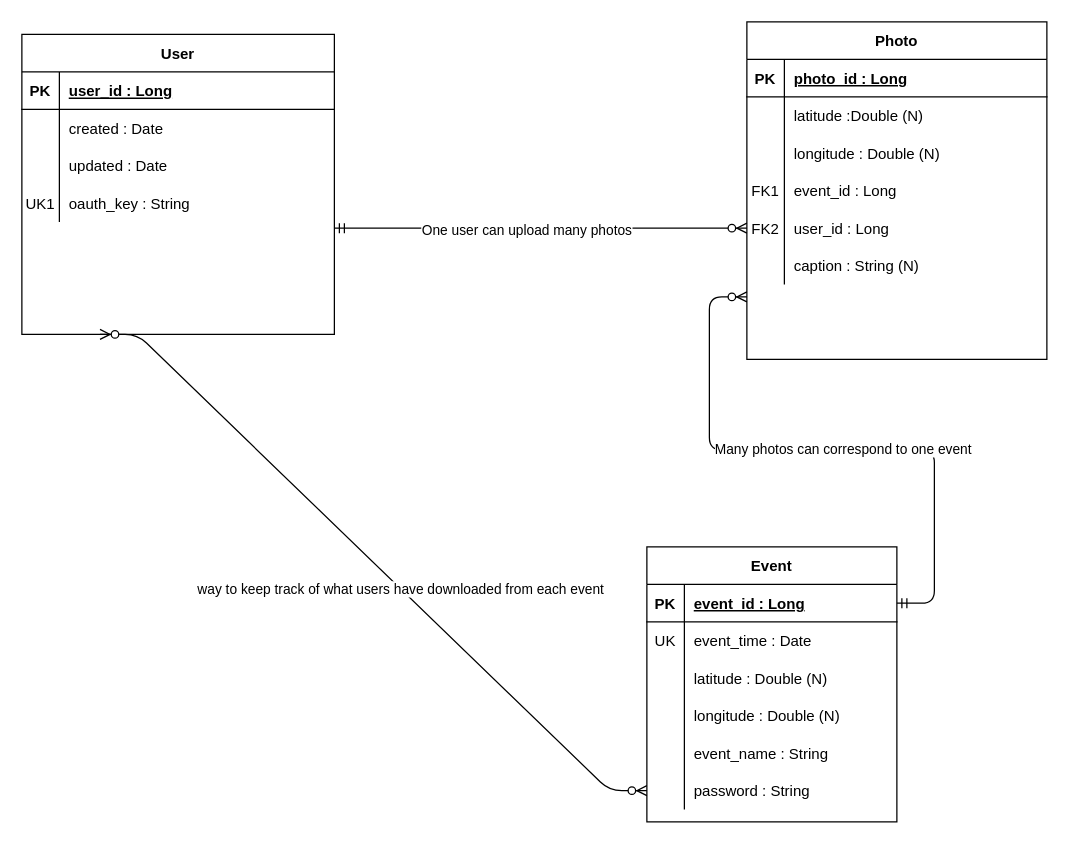
Before: docs/work/picmeERD.drawio in picme-gallery/picme-gallery-old.github.io, a draw.io diagram. Source tidied: cells renumbered, new cells numbered last; positions are measured from the earlier drawing's top-left corner, leaving out a move shared by most shapes. Both pictures are drawn from the tidied source at 125%, with x=0, y=0 at pixel (21, 21).
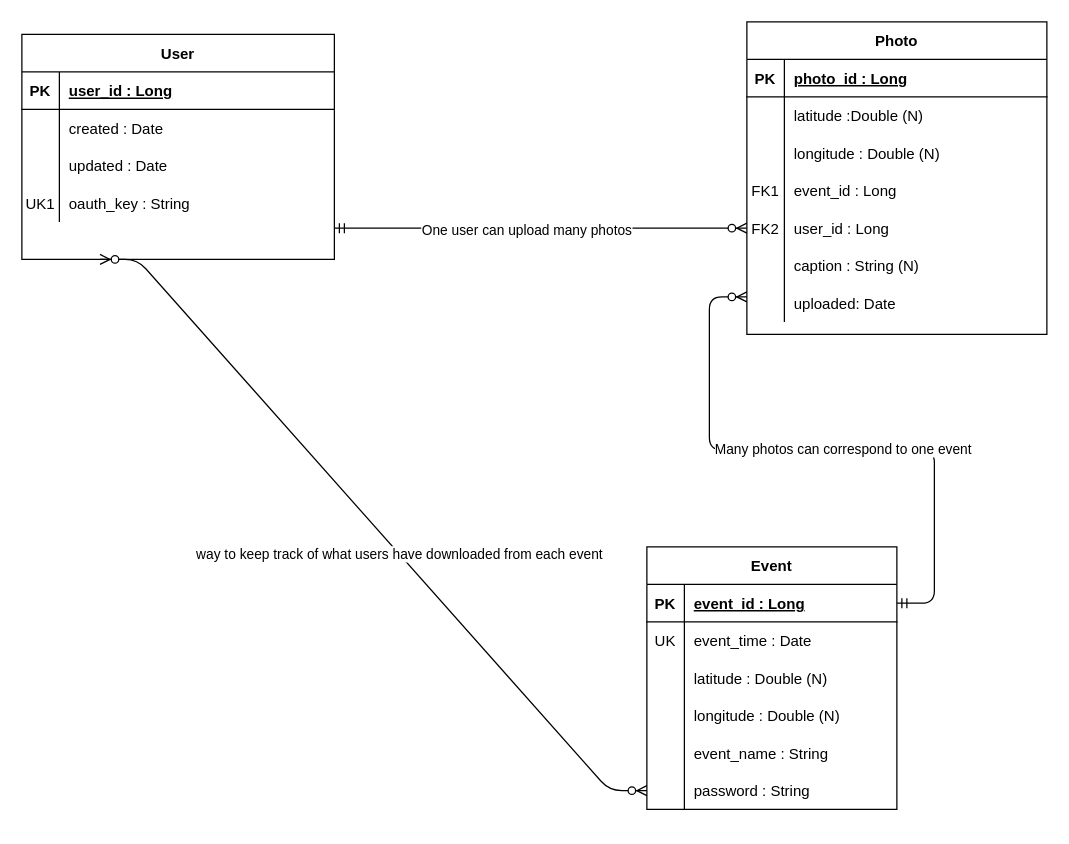
After the change.

Commit message (it also covers changes not shown here):
updated attached Erd Image, PDF, and Draw.IO file

git push
q

Unchanged cells that the change refers to:
```xml
<mxCell id="4" style="group;" parent="1" vertex="1">
  <mxGeometry y="10" width="250" height="180" as="geometry" />
</mxCell>
```

The edit, as a diff of the source:
```diff
@@
     <mxCell id="5" value="User" style="shape=table;startSize=30;childLayout=tableLayout;rowLines=0;fontStyle=1;align=center;" parent="4" vertex="1">
-      <mxGeometry width="250" height="240" as="geometry" />
+      <mxGeometry width="250" height="180" as="geometry" />
     </mxCell>
@@
     <mxCell id="20" value="Photo" style="shape=table;startSize=30;childLayout=tableLayout;rowLines=0;fontStyle=1;align=center;" parent="1" vertex="1">
-      <mxGeometry x="580" width="240" height="270" as="geometry" />
+      <mxGeometry x="580" width="240" height="250" as="geometry" />
     </mxCell>
@@
+    <mxCell id="60" style="shape=partialRectangle;fillColor=none;top=0;left=0;bottom=0;right=0;" parent="20" vertex="1">
+      <mxGeometry y="210" width="240" height="30" as="geometry" />
+    </mxCell>
+    <mxCell id="61" style="shape=partialRectangle;fillColor=none;top=0;left=0;bottom=0;right=0;overflow=hidden;" parent="60" vertex="1">
+      <mxGeometry width="30" height="30" as="geometry" />
+    </mxCell>
+    <mxCell id="62" value="uploaded: Date" style="shape=partialRectangle;fillColor=none;top=0;left=0;bottom=0;right=0;align=left;spacingLeft=6;overflow=hidden;" parent="60" vertex="1">
+      <mxGeometry x="30" width="210" height="30" as="geometry" />
+    </mxCell>
@@
     <mxCell id="41" value="Event" style="shape=table;startSize=30;childLayout=tableLayout;rowLines=0;fontStyle=1;align=center;" parent="1" vertex="1">
-      <mxGeometry x="500" y="420" width="200" height="220" as="geometry" />
+      <mxGeometry x="500" y="420" width="200" height="210" as="geometry" />
     </mxCell>
```
